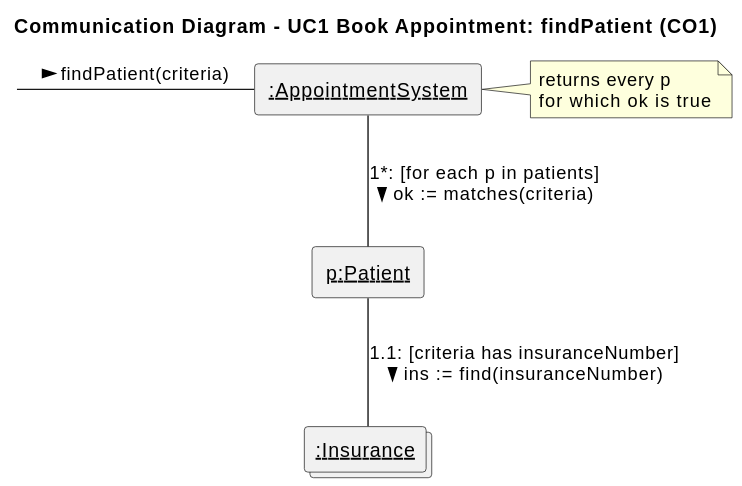
Before: docs/interaction-diagrams/book-appointment-find-patient.svg, a diagram exported from PlantUML (rakib-akter/SOEN-342-Project). The source it was exported from:
```plantuml
@startuml
title Communication Diagram - UC1 Book Appointment: findPatient (CO1)
skinparam linetype polyline

label " " as start
rectangle "<u>:AppointmentSystem</u>" as ctrl
rectangle "<u>p:Patient</u>" as p
collections "<u>:Insurance</u>" as insurances

start -right- ctrl : "findPatient(criteria) >"
ctrl -- p : "1*: [for each p in patients]\nok := matches(criteria) >"
p -- insurances : "1.1: [criteria has insuranceNumber]\nins := find(insuranceNumber) >"

note right of ctrl
  returns every p
  for which ok is true
end note
@enduml
```
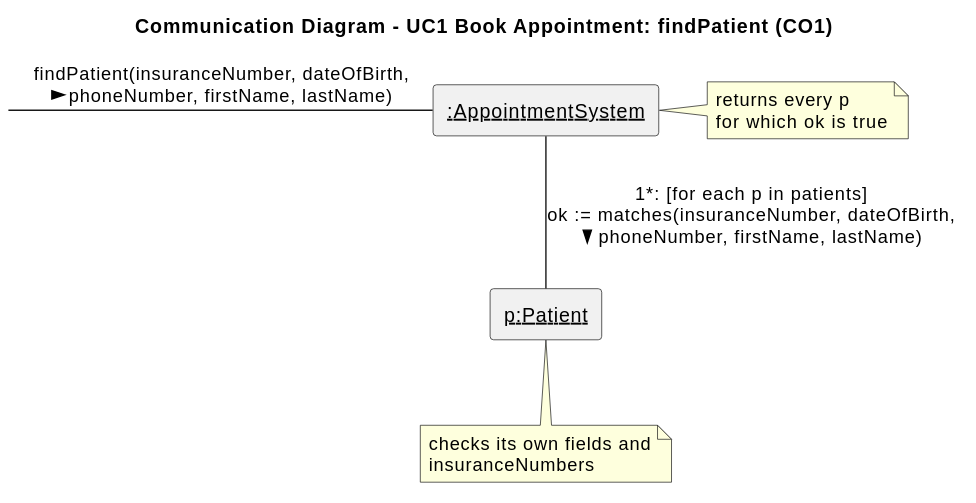
After the change.

Commit message:
sync interaction diagrams with the class diagram: insurance stays in patient, repeat pattern is passed as params and make availability goes through addSlot

The edit, as a diff of the source:
```diff
@@ -5,14 +5,17 @@
 label " " as start
 rectangle "<u>:AppointmentSystem</u>" as ctrl
 rectangle "<u>p:Patient</u>" as p
-collections "<u>:Insurance</u>" as insurances
 
-start -right- ctrl : "findPatient(criteria) >"
-ctrl -- p : "1*: [for each p in patients]\nok := matches(criteria) >"
-p -- insurances : "1.1: [criteria has insuranceNumber]\nins := find(insuranceNumber) >"
+start -right- ctrl : "findPatient(insuranceNumber, dateOfBirth,\nphoneNumber, firstName, lastName) >"
+ctrl -- p : "1*: [for each p in patients]\nok := matches(insuranceNumber, dateOfBirth,\nphoneNumber, firstName, lastName) >"
 
 note right of ctrl
   returns every p
   for which ok is true
 end note
+
+note bottom of p
+  checks its own fields and
+  insuranceNumbers
+end note
 @enduml
```
